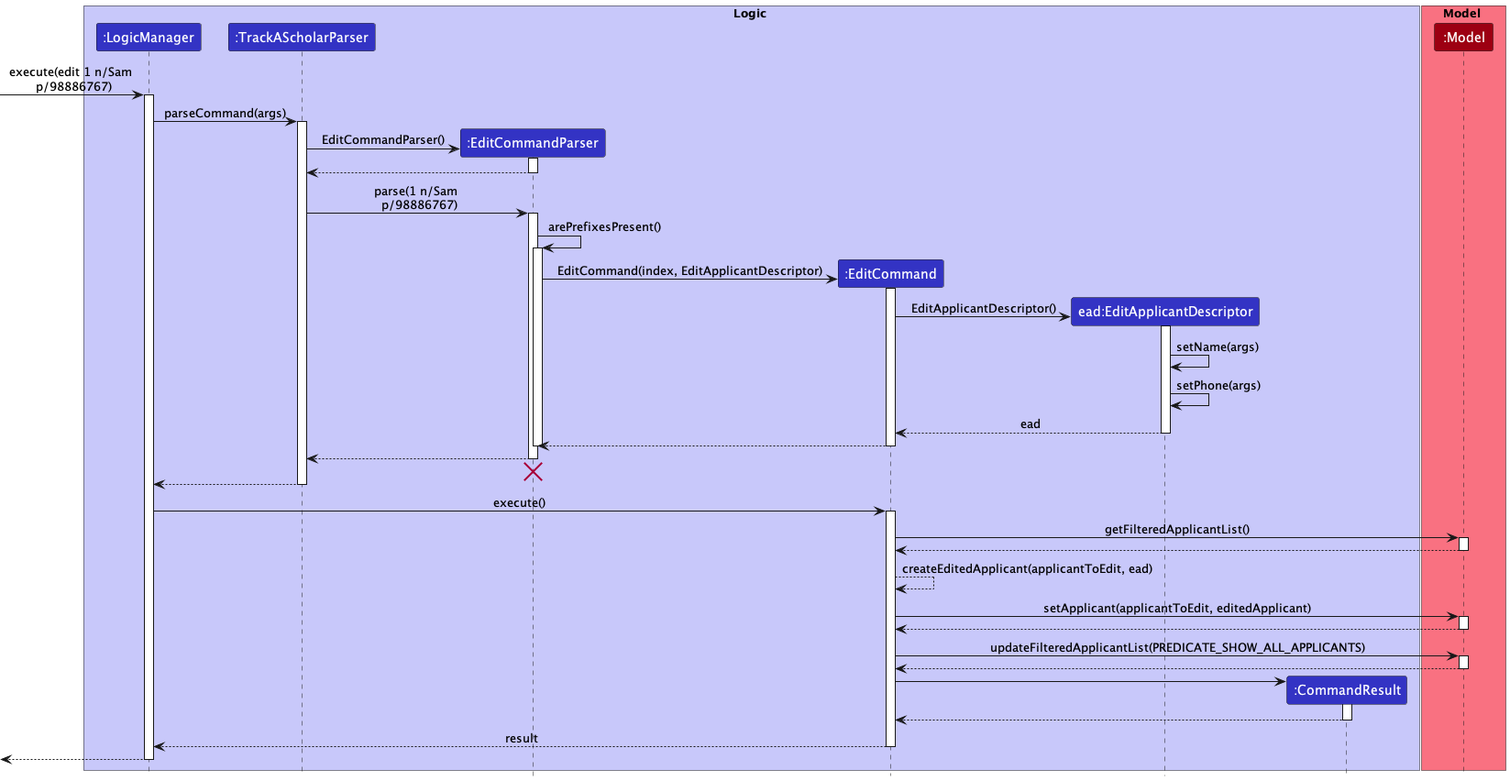
Earlier version of the PlantUML export docs/images/EditSequenceDiagram.png (nus-cs2103-AY2223S1/tp). Its diagram source:
```plantuml
@startuml
!include style.puml


box Logic LOGIC_COLOR_T1
participant ":LogicManager" as LogicManager LOGIC_COLOR
participant ":TrackAScholarParser" as TrackAScholarParser LOGIC_COLOR
participant ":EditCommandParser" as EditCommandParser LOGIC_COLOR

participant ":EditCommand" as EditCommand LOGIC_COLOR
participant "ead:EditApplicantDescriptor" as EditApplicantDescriptor LOGIC_COLOR
participant ":CommandResult" as CommandResult LOGIC_COLOR
end box

box Model MODEL_COLOR_T1
participant ":Model" as Model MODEL_COLOR
end box

[-> LogicManager : execute(edit 1 n/Sam \n p/98886767)
activate LogicManager

LogicManager -> TrackAScholarParser : parseCommand(args)
activate TrackAScholarParser

create EditCommandParser
TrackAScholarParser -> EditCommandParser : EditCommandParser()
activate EditCommandParser

EditCommandParser --> TrackAScholarParser
deactivate EditCommandParser


TrackAScholarParser -> EditCommandParser : parse(1 n/Sam \n p/98886767)
activate EditCommandParser


EditCommandParser -> EditCommandParser : arePrefixesPresent()
activate EditCommandParser


create EditCommand
EditCommandParser -> EditCommand : EditCommand(index, EditApplicantDescriptor)
activate EditCommand

create EditApplicantDescriptor
EditCommand -> EditApplicantDescriptor : EditApplicantDescriptor()
activate EditApplicantDescriptor

EditApplicantDescriptor -> EditApplicantDescriptor : setName(args)

EditApplicantDescriptor -> EditApplicantDescriptor : setPhone(args)

EditApplicantDescriptor --> EditCommand :ead
deactivate EditApplicantDescriptor

EditCommand --> EditCommandParser
deactivate EditCommand
deactivate EditCommandParser

EditCommandParser --> TrackAScholarParser
deactivate EditCommandParser

EditCommandParser -[hidden]-> TrackAScholarParser
destroy EditCommandParser

TrackAScholarParser --> LogicManager
deactivate TrackAScholarParser

LogicManager -> EditCommand : execute()
activate EditCommand

EditCommand -> Model : getFilteredApplicantList()
activate Model

Model --> EditCommand
deactivate

EditCommand --> EditCommand : createEditedApplicant(applicantToEdit, ead)

EditCommand -> Model : setApplicant(applicantToEdit, editedApplicant)
activate Model

Model --> EditCommand
deactivate

EditCommand -> Model : updateFilteredApplicantList(PREDICATE_SHOW_ALL_APPLICANTS)
activate Model

Model --> EditCommand
deactivate

create CommandResult
EditCommand -> CommandResult
activate CommandResult

CommandResult --> EditCommand
deactivate CommandResult

EditCommand --> LogicManager : result
deactivate EditCommand

[<--LogicManager
deactivate LogicManager
@enduml
```
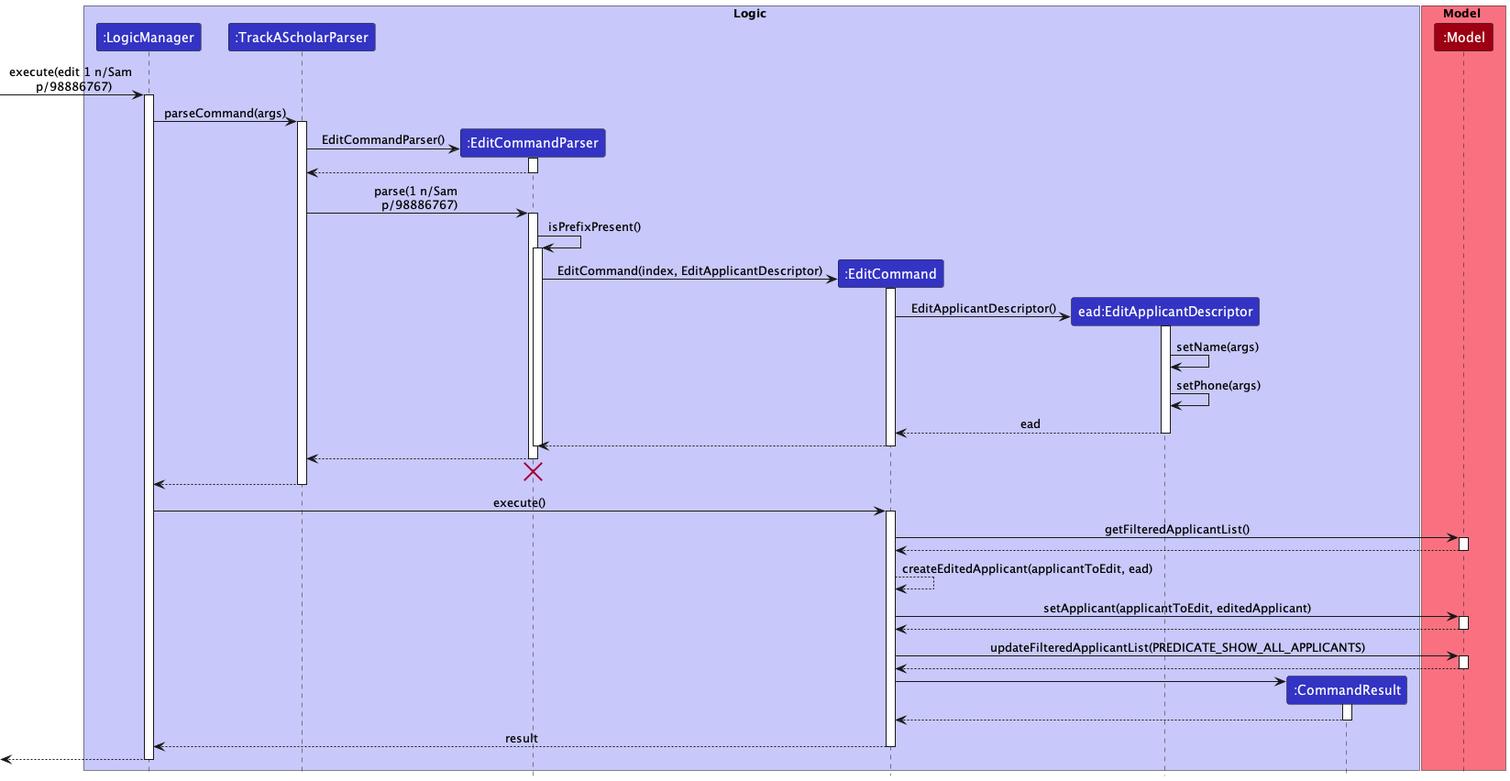
The same file after the commit.

Diff of the diagram source:
```diff
@@ -34,7 +34,7 @@
 activate EditCommandParser
 
 
-EditCommandParser -> EditCommandParser : arePrefixesPresent()
+EditCommandParser -> EditCommandParser : isPrefixPresent()
 activate EditCommandParser
 
 
```
